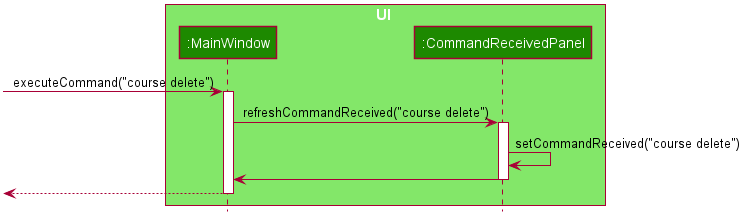
Above: images/developer-guide/CommandReceivedSetCommand.png in AY1920S2-CS2103T-F09-3/main (PlantUML), before the change. The source it was exported from:
```plantuml
@startuml










skinparam BackgroundColor #FFFFFFF

skinparam Shadowing false

skinparam Class {
    FontColor #FFFFFF
    BorderThickness 1
    BorderColor #FFFFFF
    StereotypeFontColor #FFFFFF
    FontName Arial
}

skinparam Actor {
    BorderColor #000000
    Color #000000
    FontName Arial
}

skinparam Sequence {
    MessageAlign center
    BoxFontSize 15
    BoxPadding 0
    BoxFontColor #FFFFFF
    FontName Arial
}

skinparam Participant {
    FontColor #FFFFFFF
    Padding 20
}

skinparam MinClassWidth 50
skinparam ParticipantPadding 10
skinparam Shadowing false
skinparam DefaultTextAlignment center
skinparam packageStyle Rectangle

hide footbox
hide members
hide circle

box UI #83E769
participant ":MainWindow" as MainWindow #1D8900
participant ":CommandReceivedPanel" as CommandReceivedPanel #1D8900
end box

[-> MainWindow : executeCommand("course delete")
activate MainWindow

MainWindow -> CommandReceivedPanel : refreshCommandReceived("course delete")
activate CommandReceivedPanel

CommandReceivedPanel -> CommandReceivedPanel : setCommandReceived("course delete")

CommandReceivedPanel -> MainWindow
deactivate

[<-- MainWindow
deactivate MainWindow
@enduml
```
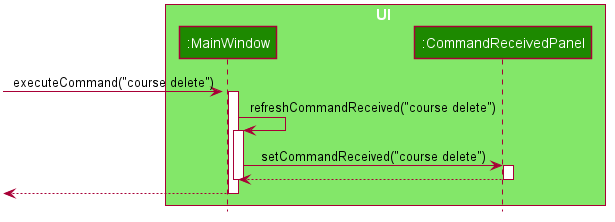
After the change.

Change to the diagram source:
```diff
@@ -49,6 +49,7 @@
 hide footbox
 hide members
 hide circle
+autoactivate on
 
 box UI #83E769
 participant ":MainWindow" as MainWindow #1D8900
@@ -58,12 +59,13 @@
 [-> MainWindow : executeCommand("course delete")
 activate MainWindow
 
-MainWindow -> CommandReceivedPanel : refreshCommandReceived("course delete")
+MainWindow -> MainWindow : refreshCommandReceived("course delete")
+
+MainWindow -> CommandReceivedPanel : setCommandReceived("course delete")
 activate CommandReceivedPanel
 
-CommandReceivedPanel -> CommandReceivedPanel : setCommandReceived("course delete")
-
-CommandReceivedPanel -> MainWindow
+return
+deactivate
 deactivate
 
 [<-- MainWindow
```
